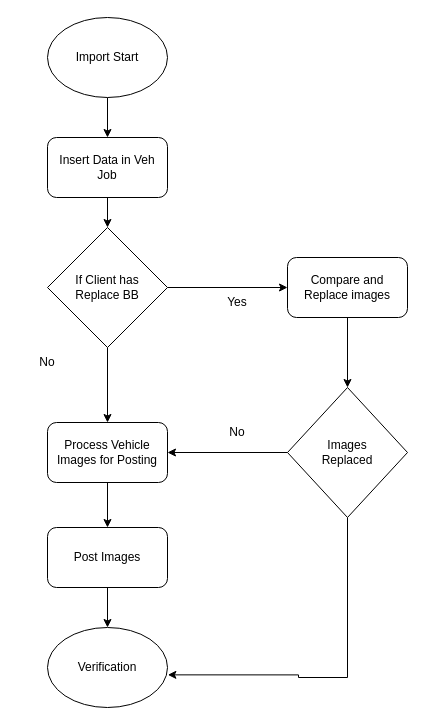
Earlier version of the draw.io diagram replaceBB.drawio (kishorenunc/jQuery-File-Upload). Source tidied: cells renumbered, new cells numbered last; positions are measured from the earlier drawing's top-left corner, leaving out a move shared by most shapes. Both pictures are drawn from the tidied source at 100%, with x=0, y=0 at pixel (17, 17).
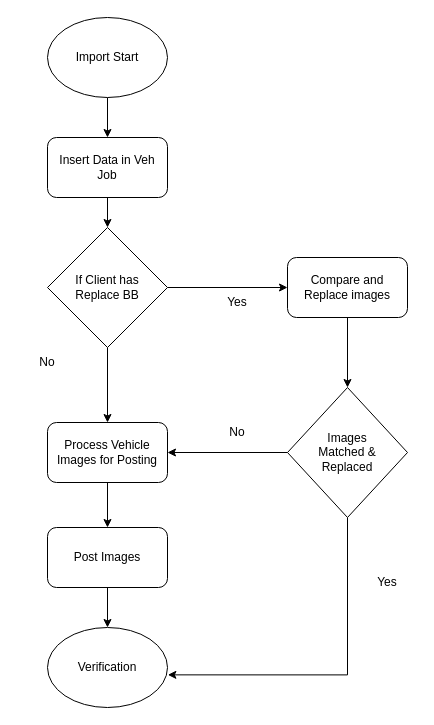
The same page after the edit.

Unchanged cells that the change refers to:
```xml
<mxCell id="9" value="Verification" style="ellipse;whiteSpace=wrap;html=1;" parent="1" vertex="1">
  <mxGeometry x="30" y="610" width="120" height="80" as="geometry" />
</mxCell>
```

Change to the diagram source:
```diff
@@
     <mxCell id="19" style="edgeStyle=orthogonalEdgeStyle;rounded=0;jettySize=auto;html=1;entryX=1.003;entryY=0.592;entryDx=0;entryDy=0;entryPerimeter=0;" parent="1" edge="1" source="20" target="9">
       <mxGeometry relative="1" as="geometry">
         <Array as="points">
-          <mxPoint x="330" y="660" />
-          <mxPoint x="281" y="660" />
-          <mxPoint x="281" y="657" />
+          <mxPoint x="330" y="657" />
         </Array>
       </mxGeometry>
     </mxCell>
-    <mxCell id="20" value="Images &lt;br&gt;Replaced" style="rhombus;whiteSpace=wrap;html=1;" parent="1" vertex="1">
+    <mxCell id="20" value="Images &lt;br&gt;Matched &amp;amp;&lt;br&gt;Replaced" style="rhombus;whiteSpace=wrap;html=1;" parent="1" vertex="1">
       <mxGeometry x="270" y="370" width="120" height="130" as="geometry" />
     </mxCell>
@@
+    <mxCell id="22" value="Yes" style="text;html=1;strokeColor=none;fillColor=none;align=center;verticalAlign=middle;whiteSpace=wrap;rounded=0;" parent="1" vertex="1">
+      <mxGeometry x="340" y="550" width="60" height="30" as="geometry" />
+    </mxCell>
```
